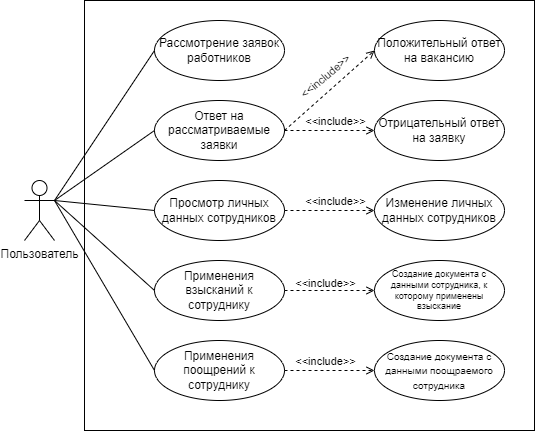
Before: Документация/ДВИ.png, a diagram exported from draw.io (AntipkinD/HRD). Source tidied: cells renumbered, new cells last; positions are measured from the earlier drawing's top-left corner, leaving out a move shared by most shapes.
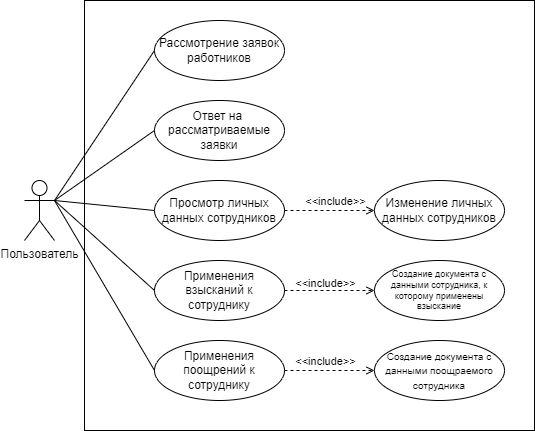
The same file after the commit.

What changed in the source:
```diff
@@ -11,7 +11,7 @@
     <mxCell id="4" value="Рассмотрение заявок работников" style="ellipse;whiteSpace=wrap;html=1;" parent="1" vertex="1">
       <mxGeometry x="130" y="20" width="130" height="60" as="geometry" />
     </mxCell>
-    <mxCell id="5" value="Ответ на рассматриваемые заявки" style="ellipse;whiteSpace=wrap;html=1;" parent="1" vertex="1">
+    <mxCell id="5" value="Ответ на&amp;nbsp; рассматриваемые заявки" style="ellipse;whiteSpace=wrap;html=1;" parent="1" vertex="1">
       <mxGeometry x="130" y="100" width="130" height="60" as="geometry" />
     </mxCell>
     <mxCell id="6" value="Просмотр личных данных сотрудников" style="ellipse;whiteSpace=wrap;html=1;" parent="1" vertex="1">
@@ -60,28 +60,6 @@
     <mxCell id="19" style="endArrow=none;html=1;rounded=0;entryX=1;entryY=0.3333333333333333;entryDx=0;entryDy=0;entryPerimeter=0;exitX=0;exitY=0.5;exitDx=0;exitDy=0;" parent="1" edge="1" source="4" target="3">
       <mxGeometry relative="1" as="geometry" />
     </mxCell>
-    <mxCell id="20" value="&lt;font style=&quot;font-size: 12px;&quot;&gt;Положительный ответ на вакансию&lt;/font&gt;" style="ellipse;whiteSpace=wrap;html=1;fontSize=9;" parent="1" vertex="1">
-      <mxGeometry x="350" y="20" width="130" height="60" as="geometry" />
-    </mxCell>
-    <mxCell id="21" style="endArrow=open;html=1;rounded=0;endFill=0;entryX=0;entryY=0.5;entryDx=0;entryDy=0;exitX=1;exitY=0.5;exitDx=0;exitDy=0;dashed=1;" parent="1" edge="1" source="5" target="20">
-      <mxGeometry relative="1" as="geometry" />
-    </mxCell>
-    <mxCell id="22" value="&amp;lt;&amp;lt;include&amp;gt;&amp;gt;" style="edgeLabel;html=1;align=center;verticalAlign=middle;rotation=-40;" parent="21" vertex="1">
-      <mxGeometry x="0.31" y="2" relative="1" as="geometry">
-        <mxPoint x="-17" as="offset" />
-      </mxGeometry>
-    </mxCell>
-    <mxCell id="23" value="&lt;font style=&quot;font-size: 12px;&quot;&gt;Отрицательный ответ на заявку&lt;/font&gt;" style="ellipse;whiteSpace=wrap;html=1;fontSize=9;" parent="1" vertex="1">
-      <mxGeometry x="350" y="100" width="130" height="60" as="geometry" />
-    </mxCell>
-    <mxCell id="24" style="endArrow=open;html=1;rounded=0;endFill=0;entryX=0;entryY=0.5;entryDx=0;entryDy=0;exitX=1;exitY=0.5;exitDx=0;exitDy=0;dashed=1;" parent="1" edge="1" source="5" target="23">
-      <mxGeometry relative="1" as="geometry" />
-    </mxCell>
-    <mxCell id="25" value="&amp;lt;&amp;lt;include&amp;gt;&amp;gt;" style="edgeLabel;html=1;align=center;verticalAlign=middle;rotation=0;" parent="24" vertex="1">
-      <mxGeometry x="0.31" y="2" relative="1" as="geometry">
-        <mxPoint x="-9" y="-8" as="offset" />
-      </mxGeometry>
-    </mxCell>
     <mxCell id="26" style="endArrow=open;html=1;rounded=0;endFill=0;entryX=0;entryY=0.5;entryDx=0;entryDy=0;exitX=1;exitY=0.5;exitDx=0;exitDy=0;dashed=1;" parent="1" edge="1" source="6" target="28">
       <mxGeometry relative="1" as="geometry" />
     </mxCell>
```
